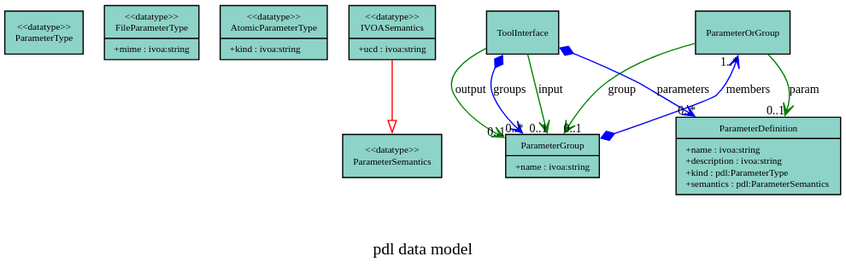
Earlier version of the PlantUML export generated/ParameterDM-v1.vo-dml.svg (pahjbo/ExecutionDM). Its source is kept beside it as generated/schema/ParameterDM-v1.vo-dml.tap.plantuml.
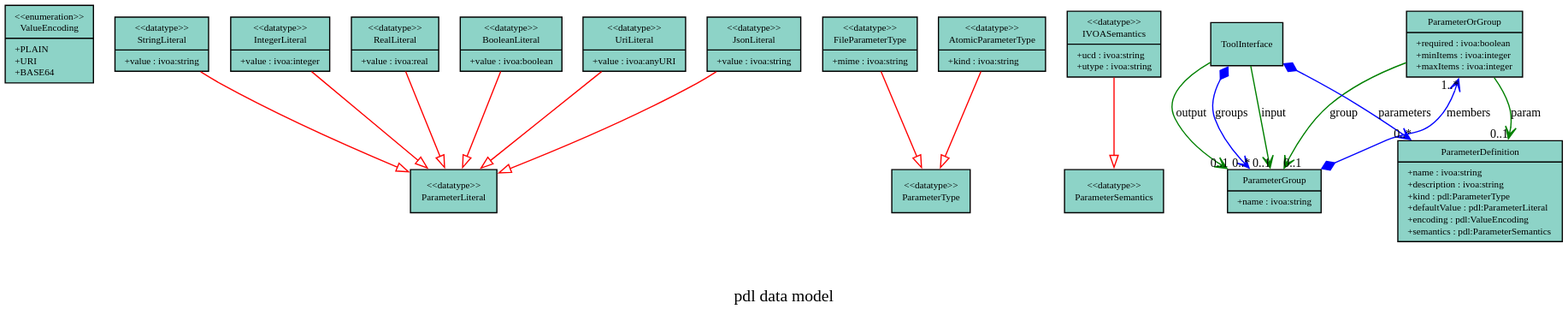
Above is the later version.

The edit, as a diff of the source:
```diff
@@ -12,8 +12,17 @@
     TOOLINTERFACE_ID : BIGINT
 name : VARCHAR
 description : VARCHAR
-kind : UNKNOWN
+kind_mime : VARCHAR
+kind_kind : VARCHAR
+defaultValue_value : VARCHAR
+defaultValue_value : INTEGER
+defaultValue_value : DOUBLE
+defaultValue_value : INTEGER
+defaultValue_value : VARCHAR
+defaultValue_value : VARCHAR
+encoding : VARCHAR
 semantics_ucd : VARCHAR
+semantics_utype : VARCHAR
 
 ---
       TOOLINTERFACE_ID : BIGINT<<FK>>
@@ -43,6 +52,9 @@
     PARAMETERGROUP_ID : BIGINT
 param : BIGINT
 group : BIGINT
+required : INTEGER
+minItems : INTEGER
+maxItems : INTEGER
 
 ---
       param : BIGINT<<FK>>
```
